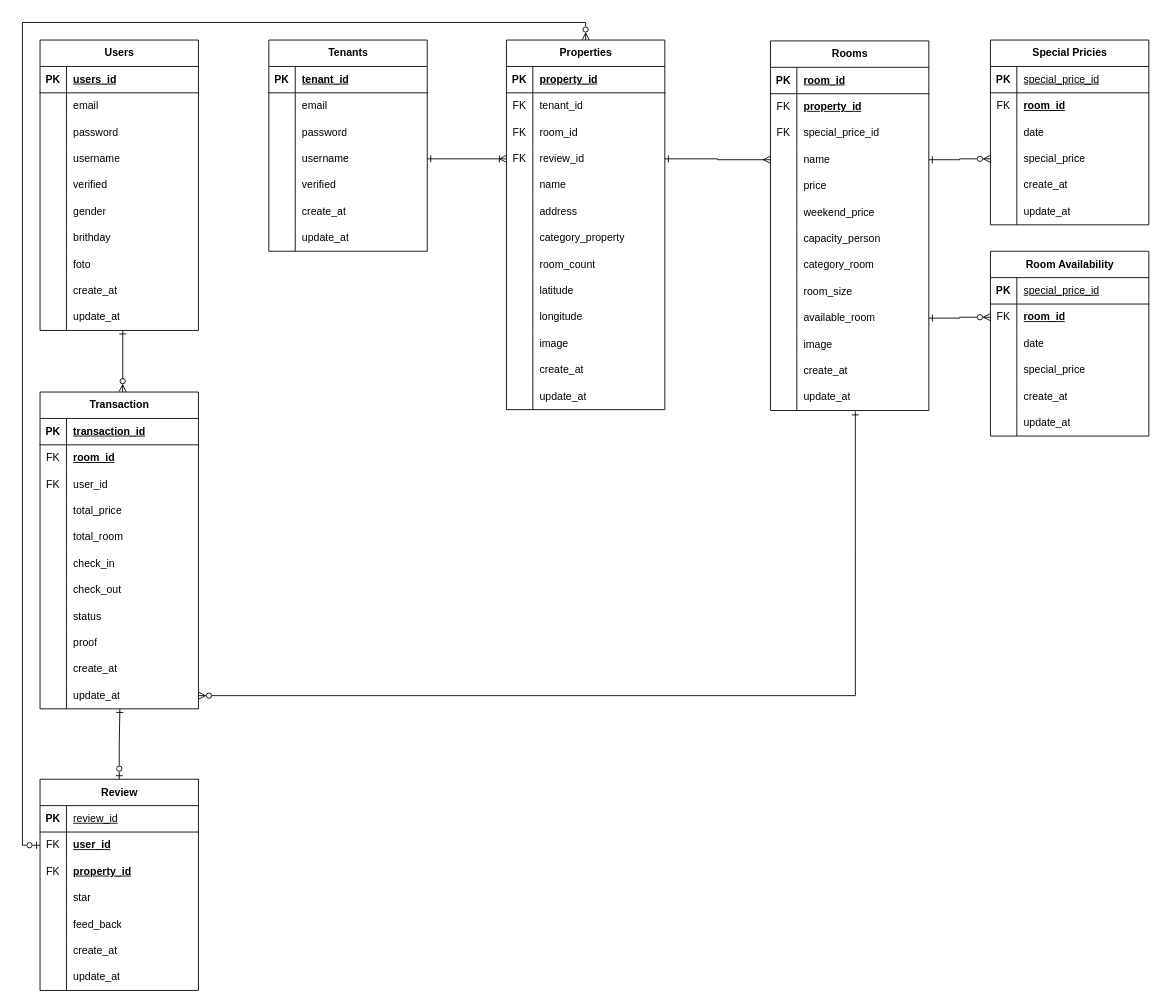
The draw.io diagram page "Halaman-1" (1 of 3) of FP.drawio in Haresz/BOOKSELF, before the edit. Source tidied: cells renumbered, new cells numbered last; positions are measured from the earlier drawing's top-left corner, leaving out a move shared by most shapes. Both pictures are drawn from the tidied source at 88%, with x=0, y=0 at pixel (40, 40).
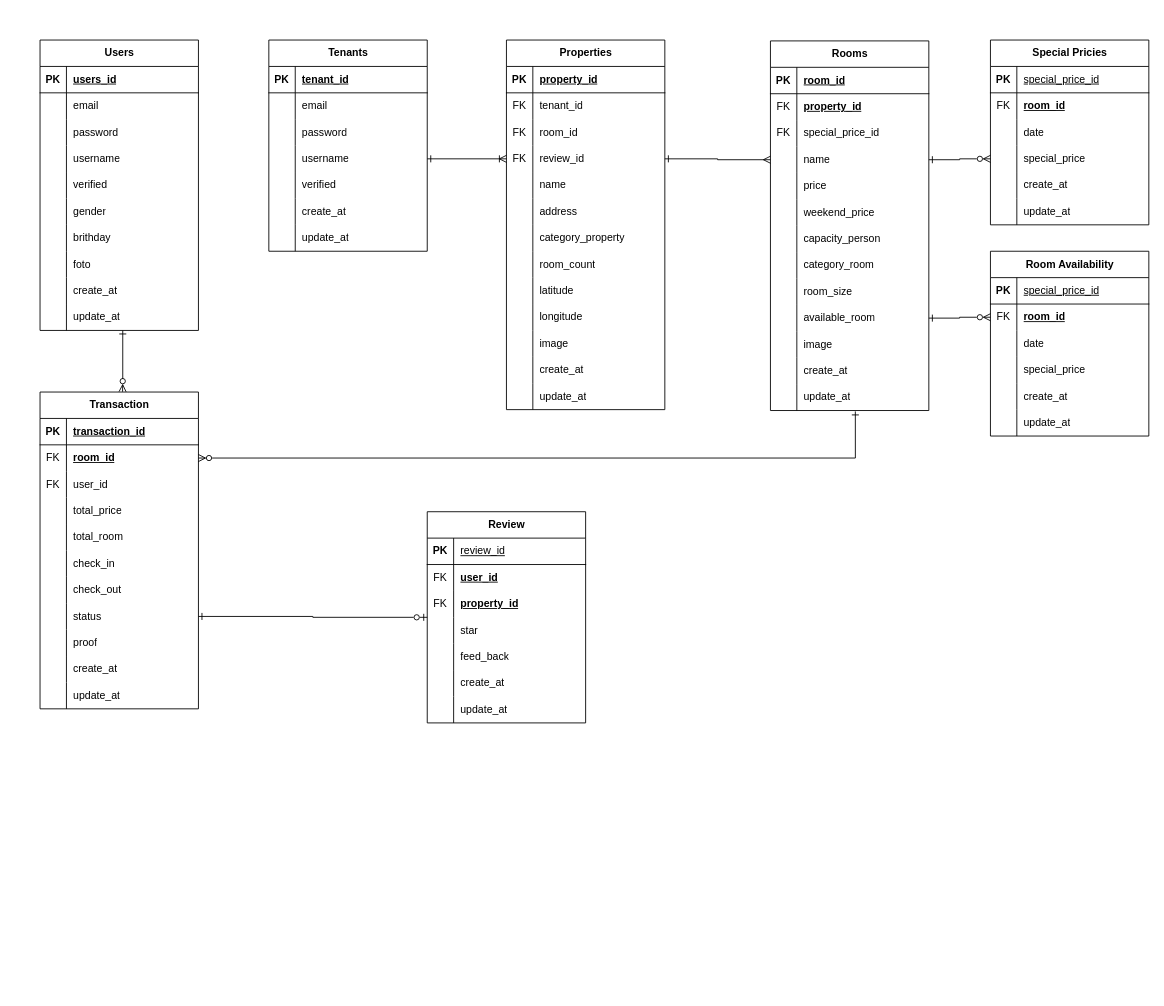
The same diagram, later.

Unchanged cells that the change refers to:
```xml
<mxCell id="33" value="Properties" style="shape=table;startSize=30;childLayout=tableLayout;rowLines=0;fontStyle=1;align=center;html=1;" parent="1" vertex="1">
  <mxGeometry x="530" width="180" height="420" as="geometry" />
</mxCell>
<mxCell id="110" style="shape=tableRow;horizontal=0;startSize=0;swimlaneHead=0;swimlaneBody=0;fillColor=none;points=[[0,0.5],[1,0.5]];portConstraint=eastwest;top=0;left=0;right=0;bottom=0;" parent="73" vertex="1">
  <mxGeometry y="390" width="180" height="30" as="geometry" />
</mxCell>
<mxCell id="117" style="shape=tableRow;horizontal=0;startSize=0;swimlaneHead=0;swimlaneBody=0;fillColor=none;points=[[0,0.5],[1,0.5]];portConstraint=eastwest;top=0;left=0;right=0;bottom=0;" parent="113" vertex="1">
  <mxGeometry y="60" width="180" height="30" as="geometry" />
</mxCell>
<mxCell id="135" style="shape=tableRow;horizontal=0;startSize=0;swimlaneHead=0;swimlaneBody=0;fillColor=none;points=[[0,0.5],[1,0.5]];portConstraint=eastwest;top=0;left=0;right=0;bottom=0;" parent="113" vertex="1">
  <mxGeometry y="240" width="180" height="30" as="geometry" />
</mxCell>
<mxCell id="144" style="shape=tableRow;horizontal=0;startSize=0;swimlaneHead=0;swimlaneBody=0;fillColor=none;points=[[0,0.5],[1,0.5]];portConstraint=eastwest;top=0;left=0;right=0;bottom=0;" parent="113" vertex="1">
  <mxGeometry y="330" width="180" height="30" as="geometry" />
</mxCell>
<mxCell id="151" style="shape=tableRow;horizontal=0;startSize=0;swimlaneHead=0;swimlaneBody=0;fillColor=none;points=[[0,0.5],[1,0.5]];portConstraint=eastwest;top=0;left=0;right=0;bottom=0;" parent="147" vertex="1">
  <mxGeometry y="60" width="180" height="30" as="geometry" />
</mxCell>
```

The edit, as a diff of the source:
```diff
@@
     <mxCell id="147" value="Review" style="shape=table;startSize=30;childLayout=tableLayout;rowLines=0;fontStyle=1;align=center;html=1;" parent="1" vertex="1">
-      <mxGeometry y="840" width="180" height="240" as="geometry" />
+      <mxGeometry x="440" y="536" width="180" height="240" as="geometry" />
     </mxCell>
@@
-    <mxCell id="192" style="edgeStyle=orthogonalEdgeStyle;rounded=0;jettySize=auto;html=1;entryX=0.536;entryY=1.033;entryDx=0;entryDy=0;entryPerimeter=0;endArrow=ERone;endFill=0;startArrow=ERzeroToMany;startFill=0;" parent="1" edge="1" source="144" target="110">
+    <mxCell id="192" style="edgeStyle=orthogonalEdgeStyle;rounded=0;jettySize=auto;html=1;entryX=0.536;entryY=1.033;entryDx=0;entryDy=0;entryPerimeter=0;endArrow=ERone;endFill=0;startArrow=ERzeroToMany;startFill=0;exitX=1;exitY=0.5;exitDx=0;exitDy=0;" parent="1" edge="1" source="117" target="110">
       <mxGeometry relative="1" as="geometry" />
     </mxCell>
@@
-    <mxCell id="215" style="edgeStyle=orthogonalEdgeStyle;rounded=0;jettySize=auto;html=1;startArrow=ERzeroToOne;startFill=0;endArrow=ERone;endFill=0;entryX=0.504;entryY=1.003;entryDx=0;entryDy=0;entryPerimeter=0;" parent="1" edge="1" source="147" target="144">
+    <mxCell id="215" style="edgeStyle=orthogonalEdgeStyle;rounded=0;jettySize=auto;html=1;startArrow=ERzeroToOne;startFill=0;endArrow=ERone;endFill=0;entryX=1;entryY=0.5;entryDx=0;entryDy=0;" parent="1" edge="1" source="147" target="135">
       <mxGeometry relative="1" as="geometry" />
     </mxCell>
@@
-    <mxCell id="238" style="edgeStyle=orthogonalEdgeStyle;rounded=0;jettySize=auto;html=1;exitX=0;exitY=0.5;exitDx=0;exitDy=0;entryX=0.5;entryY=0;entryDx=0;entryDy=0;endArrow=ERzeroToMany;endFill=0;startArrow=ERzeroToOne;startFill=0;" parent="1" edge="1" source="151" target="33">
-      <mxGeometry relative="1" as="geometry" />
-    </mxCell>
```
